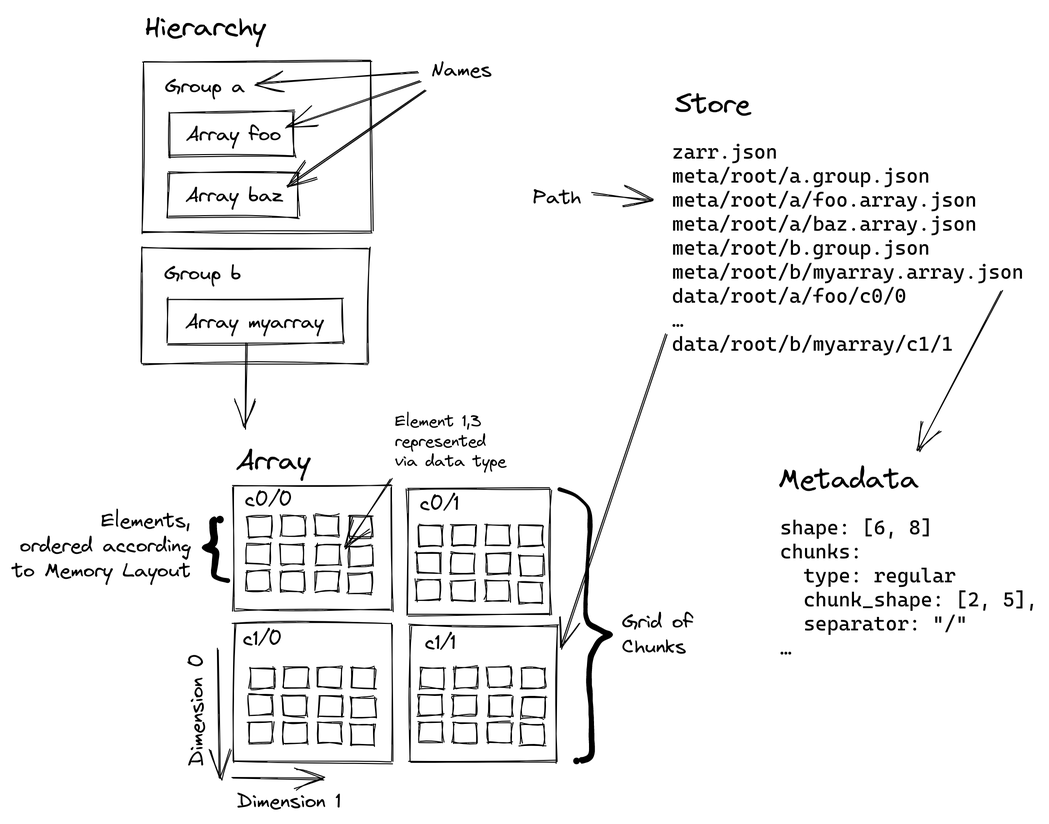
zarr-developers/zarr-specs keeps this Excalidraw diagram as docs/core/terminology-hierarchy.excalidraw.png. Above is the earlier version. Source tidied: one line per element, renumbered; positions are measured from the earlier drawing's top-left corner, leaving out a move shared by most shapes.
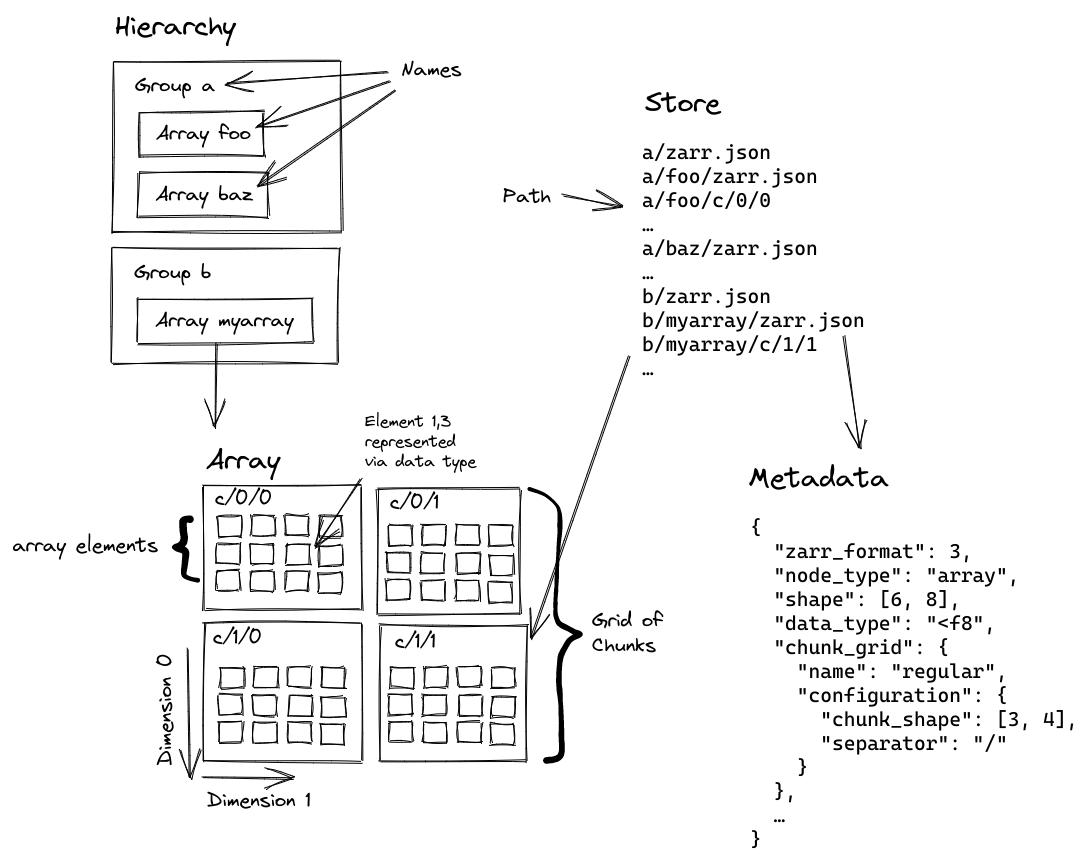
After the change.

What changed in the source:
```diff
@@ -1,4 +1,4 @@
-{"id": 0, "type": "text", "text": "Hierarchy", "strokeColor": "#000000", "strokeWidth": 1, "roughness": 1, "fontSize": 28, "fontFamily": 1, "x": 135, "y": 0, "width": 123, "height": 36}
+{"id": 0, "type": "text", "text": "Hierarchy", "strokeColor": "#000000", "strokeWidth": 1, "roughness": 1, "fontSize": 28, "fontFamily": 1, "x": 135, "y": 0, "width": 123, "height": 35}
 {"id": 1, "type": "rectangle", "strokeColor": "#000000", "strokeWidth": 1, "roughness": 1, "x": 133, "y": 52, "width": 229, "height": 170}
 {"id": 2, "type": "text", "text": "Group a", "strokeColor": "#000000", "strokeWidth": 1, "roughness": 1, "fontSize": 20, "fontFamily": 1, "x": 155, "y": 64, "width": 82, "height": 25}
 {"id": 3, "type": "rectangle", "strokeColor": "#000000", "strokeWidth": 1, "roughness": 1, "x": 158, "y": 102, "width": 125, "height": 45}
@@ -13,14 +13,14 @@
 {"id": 12, "type": "rectangle", "strokeColor": "#000000", "strokeWidth": 1, "roughness": 1, "x": 398, "y": 478, "width": 142, "height": 126}
 {"id": 13, "type": "rectangle", "strokeColor": "#000000", "strokeWidth": 1, "roughness": 1, "x": 224, "y": 612, "width": 158, "height": 139}
 {"id": 14, "type": "rectangle", "strokeColor": "#000000", "strokeWidth": 1, "roughness": 1, "x": 400, "y": 616, "width": 147, "height": 136}
-{"id": 15, "type": "text", "text": "Array", "strokeColor": "#000000", "strokeWidth": 1, "roughness": 1, "fontSize": 28, "fontFamily": 1, "x": 226, "y": 434, "width": 76, "height": 36}
+{"id": 15, "type": "text", "text": "Array", "strokeColor": "#000000", "strokeWidth": 1, "roughness": 1, "fontSize": 28, "fontFamily": 1, "x": 226, "y": 434, "width": 76, "height": 35}
-{"id": 16, "type": "arrow", "strokeColor": "#000000", "strokeWidth": 1, "roughness": 1, "endArrowhead": "arrow", "from": 10, "to": 15, "x": 237, "y": 334, "width": 3, "height": 84, "points": [[0, 0], [-3, 84]]}
+{"id": 16, "type": "arrow", "strokeColor": "#000000", "strokeWidth": 1, "roughness": 1, "endArrowhead": "arrow", "round": true, "from": 10, "to": 15, "x": 237, "y": 334, "width": 3, "height": 84, "points": [[0, 0], [-3, 84]]}
-{"id": 17, "type": "freedraw", "strokeColor": "#000000", "strokeWidth": 1, "roughness": 1, "x": 550, "y": 479, "width": 52, "height": 272, "points": [[0, 0], [27, 15], [30, 28], [30, 46], [28, 74], [27, 92], [26, 114], [26, 128], [32, 136], [42, 142], [50, 145], [45, 148], [36, 158], [32, 165], [30, 180], [30, 191], [30, 202], [32, 222], [32, 238], [32, 246], [32, 257], [31, 267], [24, 271], [19, 271], [17, 272]]}
+{"id": 17, "type": "freedraw", "strokeColor": "#000000", "strokeWidth": 1, "roughness": 1, "round": true, "x": 550, "y": 479, "width": 52, "height": 272, "points": [[0, 0], [27, 15], [30, 28], [30, 46], [28, 74], [27, 92], [26, 114], [26, 128], [32, 136], [42, 142], [50, 145], [45, 148], [36, 158], [32, 165], [30, 180], [30, 191], [30, 202], [32, 222], [32, 238], [32, 246], [32, 257], [31, 267], [24, 271], [19, 271], [17, 272]]}
 {"id": 18, "type": "text", "text": "Grid of\nChunks", "strokeColor": "#000000", "strokeWidth": 1, "roughness": 1, "fontSize": 20, "fontFamily": 1, "x": 612, "y": 599, "width": 72, "height": 50}
-{"id": 19, "type": "text", "text": "c0/0", "strokeColor": "#000000", "strokeWidth": 1, "roughness": 1, "fontSize": 20, "fontFamily": 1, "x": 235, "y": 477, "width": 50, "height": 25}
+{"id": 19, "type": "text", "text": "c/0/0", "strokeColor": "#000000", "strokeWidth": 1, "roughness": 1, "fontSize": 20, "fontFamily": 1, "x": 235, "y": 477, "width": 60, "height": 25}
-{"id": 20, "type": "text", "text": "c0/1", "strokeColor": "#000000", "strokeWidth": 1, "roughness": 1, "fontSize": 20, "fontFamily": 1, "x": 410, "y": 481, "width": 41, "height": 25}
+{"id": 20, "type": "text", "text": "c/0/1", "strokeColor": "#000000", "strokeWidth": 1, "roughness": 1, "fontSize": 20, "fontFamily": 1, "x": 410, "y": 481, "width": 51, "height": 25}
-{"id": 21, "type": "text", "text": "c1/0", "strokeColor": "#000000", "strokeWidth": 1, "roughness": 1, "fontSize": 20, "fontFamily": 1, "x": 233, "y": 616, "width": 41, "height": 25}
+{"id": 21, "type": "text", "text": "c/1/0", "strokeColor": "#000000", "strokeWidth": 1, "roughness": 1, "fontSize": 20, "fontFamily": 1, "x": 233, "y": 616, "width": 51, "height": 25}
-{"id": 22, "type": "text", "text": "c1/1", "strokeColor": "#000000", "strokeWidth": 1, "roughness": 1, "fontSize": 20, "fontFamily": 1, "x": 415, "y": 620, "width": 33, "height": 25}
+{"id": 22, "type": "text", "text": "c/1/1", "strokeColor": "#000000", "strokeWidth": 1, "roughness": 1, "fontSize": 20, "fontFamily": 1, "x": 415, "y": 620, "width": 43, "height": 25}
 {"id": 23, "type": "rectangle", "strokeColor": "#000000", "strokeWidth": 1, "roughness": 1, "x": 238, "y": 506, "width": 24, "height": 20}
 {"id": 24, "type": "rectangle", "strokeColor": "#000000", "strokeWidth": 1, "roughness": 1, "x": 236, "y": 534, "width": 24, "height": 20}
 {"id": 25, "type": "rectangle", "strokeColor": "#000000", "strokeWidth": 1, "roughness": 1, "x": 236, "y": 560, "width": 24, "height": 20}
@@ -69,23 +69,23 @@
 {"id": 68, "type": "rectangle", "strokeColor": "#000000", "strokeWidth": 1, "roughness": 1, "x": 341, "y": 658, "width": 24, "height": 20}
 {"id": 69, "type": "rectangle", "strokeColor": "#000000", "strokeWidth": 1, "roughness": 1, "x": 342, "y": 687, "width": 24, "height": 20}
 {"id": 70, "type": "rectangle", "strokeColor": "#000000", "strokeWidth": 1, "roughness": 1, "x": 341, "y": 714, "width": 24, "height": 20}
-{"id": 71, "type": "text", "text": "Metadata", "strokeColor": "#000000", "strokeWidth": 1, "roughness": 1, "fontSize": 28, "fontFamily": 1, "x": 768, "y": 452, "width": 142, "height": 36}
+{"id": 71, "type": "text", "text": "Metadata", "strokeColor": "#000000", "strokeWidth": 1, "roughness": 1, "fontSize": 28, "fontFamily": 1, "x": 768, "y": 452, "width": 142, "height": 35}
-{"id": 72, "type": "text", "text": "shape: [6, 8]\nchunks:\n  type: regular\n  chunk_shape: [2, 5],\n  separator: \"/\"\n…", "strokeColor": "#000000", "strokeWidth": 1, "roughness": 1, "fontSize": 20, "fontFamily": 3, "x": 770, "y": 505, "width": 259, "height": 144}
+{"id": 72, "type": "text", "text": "{\n  \"zarr_format\": 3,\n  \"node_type\": \"array\",\n  \"shape\": [6, 8],\n  \"data_type\": \"<f8\",\n  \"chunk_grid\": {\n    \"name\": \"regular\",\n    \"configuration\": {\n      \"chunk_shape\": [3, 4],\n      \"separator\": \"/\"\n    }\n  },\n  …\n}", "strokeColor": "#000000", "strokeWidth": 1, "roughness": 1, "fontSize": 20, "fontFamily": 3, "x": 770, "y": 505, "width": 329, "height": 336}
 {"id": 73, "type": "text", "text": "Element 1,3\nrepresented\nvia data type", "strokeColor": "#000000", "strokeWidth": 1, "roughness": 1, "fontSize": 16, "fontFamily": 1, "x": 385, "y": 402, "width": 113, "height": 60}
-{"id": 74, "type": "arrow", "strokeColor": "#000000", "strokeWidth": 1, "roughness": 1, "endArrowhead": "arrow", "from": 73, "to": 33, "x": 381, "y": 468, "width": 46, "height": 69, "points": [[0, 0], [-46, 69]]}
+{"id": 74, "type": "arrow", "strokeColor": "#000000", "strokeWidth": 1, "roughness": 1, "endArrowhead": "arrow", "round": true, "from": 73, "to": 33, "x": 381, "y": 468, "width": 46, "height": 69, "points": [[0, 0], [-46, 69]]}
-{"id": 75, "type": "arrow", "strokeColor": "#000000", "strokeWidth": 1, "roughness": 1, "endArrowhead": "arrow", "from": 76, "x": 223, "y": 767, "width": 90, "height": 2, "points": [[0, 0], [90, 2]]}
+{"id": 75, "type": "arrow", "strokeColor": "#000000", "strokeWidth": 1, "roughness": 1, "endArrowhead": "arrow", "round": true, "from": 76, "x": 223, "y": 767, "width": 90, "height": 2, "points": [[0, 0], [90, 2]]}
 {"id": 76, "type": "text", "text": "Dimension 1", "strokeColor": "#000000", "strokeWidth": 1, "roughness": 1, "fontSize": 20, "fontFamily": 1, "x": 227, "y": 778, "width": 106, "height": 25}
-{"id": 77, "type": "arrow", "strokeColor": "#000000", "strokeWidth": 1, "roughness": 1, "startArrowhead": "arrow", "from": 78, "to": 78, "x": 210, "y": 767, "width": 2, "height": 128, "points": [[0, 0], [-2, -128]]}
+{"id": 77, "type": "arrow", "strokeColor": "#000000", "strokeWidth": 1, "roughness": 1, "startArrowhead": "arrow", "round": true, "from": 78, "to": 78, "x": 210, "y": 767, "width": 2, "height": 128, "points": [[0, 0], [-2, -128]]}
 {"id": 78, "type": "text", "text": "Dimension 0", "strokeColor": "#000000", "angle": 4.71, "strokeWidth": 1, "roughness": 1, "fontSize": 20, "fontFamily": 1, "x": 130, "y": 686, "width": 114, "height": 25}
-{"id": 79, "type": "arrow", "strokeColor": "#000000", "strokeWidth": 1, "roughness": 1, "endArrowhead": "arrow", "from": 80, "to": 2, "x": 408, "y": 63, "width": 160, "height": 10, "points": [[0, 0], [-160, 10]]}
+{"id": 79, "type": "arrow", "strokeColor": "#000000", "strokeWidth": 1, "roughness": 1, "endArrowhead": "arrow", "round": true, "from": 80, "to": 2, "x": 408, "y": 63, "width": 160, "height": 10, "points": [[0, 0], [-160, 10]]}
 {"id": 80, "type": "text", "text": "Names", "strokeColor": "#000000", "strokeWidth": 1, "roughness": 1, "fontSize": 20, "fontFamily": 1, "x": 421, "y": 48, "width": 63, "height": 25}
-{"id": 81, "type": "arrow", "strokeColor": "#000000", "strokeWidth": 1, "roughness": 1, "endArrowhead": "arrow", "from": 80, "to": 4, "x": 411, "y": 71, "width": 134, "height": 46, "points": [[0, 0], [-134, 46]]}
+{"id": 81, "type": "arrow", "strokeColor": "#000000", "strokeWidth": 1, "roughness": 1, "endArrowhead": "arrow", "round": true, "from": 80, "to": 4, "x": 411, "y": 71, "width": 134, "height": 46, "points": [[0, 0], [-134, 46]]}
-{"id": 82, "type": "arrow", "strokeColor": "#000000", "strokeWidth": 1, "roughness": 1, "endArrowhead": "arrow", "from": 80, "to": 6, "x": 415, "y": 80, "width": 138, "height": 96, "points": [[0, 0], [-138, 96]]}
+{"id": 82, "type": "arrow", "strokeColor": "#000000", "strokeWidth": 1, "roughness": 1, "endArrowhead": "arrow", "round": true, "from": 80, "to": 6, "x": 415, "y": 80, "width": 138, "height": 96, "points": [[0, 0], [-138, 96]]}
-{"id": 83, "type": "text", "text": "Store", "strokeColor": "#000000", "strokeWidth": 1, "roughness": 1, "fontSize": 28, "fontFamily": 1, "x": 665, "y": 77, "width": 78, "height": 36}
+{"id": 83, "type": "text", "text": "Store", "strokeColor": "#000000", "strokeWidth": 1, "roughness": 1, "fontSize": 28, "fontFamily": 1, "x": 665, "y": 77, "width": 78, "height": 35}
-{"id": 84, "type": "text", "text": "zarr.json\nmeta/root/a.group.json\nmeta/root/a/foo.array.json\nmeta/root/a/baz.array.json\nmeta/root/b.group.json\nmeta/root/b/myarray.array.json\ndata/root/a/foo/c0/0\n…\ndata/root/b/myarray/c1/1", "strokeColor": "#000000", "strokeWidth": 1, "roughness": 1, "fontSize": 20, "fontFamily": 3, "x": 662, "y": 130, "width": 353, "height": 216}
+{"id": 84, "type": "text", "text": "a/zarr.json\na/foo/zarr.json\na/foo/c/0/0\n…\na/baz/zarr.json\n…\nb/zarr.json\nb/myarray/zarr.json\nb/myarray/c/1/1\n…", "strokeColor": "#000000", "strokeWidth": 1, "roughness": 1, "fontSize": 20, "fontFamily": 3, "x": 662, "y": 130, "width": 224, "height": 240}
-{"id": 85, "type": "arrow", "strokeColor": "#000000", "strokeWidth": 1, "roughness": 1, "endArrowhead": "arrow", "from": 84, "to": 14, "x": 657, "y": 324, "width": 105, "height": 314, "points": [[0, 0], [-105, 314]]}
+{"id": 85, "type": "arrow", "strokeColor": "#000000", "strokeWidth": 1, "roughness": 1, "endArrowhead": "arrow", "round": true, "from": 84, "to": 14, "x": 650, "y": 346, "width": 98, "height": 284, "points": [[0, 0], [-98, 284]]}
-{"id": 86, "type": "arrow", "strokeColor": "#000000", "strokeWidth": 1, "roughness": 1, "endArrowhead": "arrow", "from": 87, "to": 84, "x": 582, "y": 183, "width": 60, "height": 7, "points": [[0, 0], [60, 7]]}
+{"id": 86, "type": "arrow", "strokeColor": "#000000", "strokeWidth": 1, "roughness": 1, "endArrowhead": "arrow", "round": true, "from": 87, "to": 84, "x": 582, "y": 185, "width": 60, "height": 12, "points": [[0, 0], [60, 12]]}
 {"id": 87, "type": "text", "text": "Path", "strokeColor": "#000000", "strokeWidth": 1, "roughness": 1, "fontSize": 20, "fontFamily": 1, "x": 523, "y": 175, "width": 50, "height": 25}
-{"id": 88, "type": "freedraw", "strokeColor": "#000000", "angle": 3.14, "strokeWidth": 1, "roughness": 1, "x": 194, "y": 509, "width": 24, "height": 61, "points": [[0, 0], [12, 3], [14, 6], [14, 10], [13, 17], [12, 21], [12, 26], [12, 29], [15, 31], [19, 32], [23, 33], [21, 33], [16, 35], [15, 37], [14, 40], [13, 43], [14, 45], [14, 50], [15, 53], [15, 55], [15, 58], [14, 60], [11, 61], [9, 61], [8, 61]]}
+{"id": 88, "type": "freedraw", "strokeColor": "#000000", "angle": 3.14, "strokeWidth": 1, "roughness": 1, "round": true, "x": 194, "y": 509, "width": 24, "height": 61, "points": [[0, 0], [12, 3], [14, 6], [14, 10], [13, 17], [12, 21], [12, 26], [12, 29], [15, 31], [19, 32], [23, 33], [21, 33], [16, 35], [15, 37], [14, 40], [13, 43], [14, 45], [14, 50], [15, 53], [15, 55], [15, 58], [14, 60], [11, 61], [9, 61], [8, 61]]}
-{"id": 89, "type": "text", "text": "Elements,\nordered according\nto Memory Layout", "strokeColor": "#000000", "strokeWidth": 1, "roughness": 1, "fontSize": 20, "fontFamily": 1, "textAlign": "right", "x": 0, "y": 498, "width": 181, "height": 75}
+{"id": 89, "type": "text", "text": "array elements", "strokeColor": "#000000", "strokeWidth": 1, "roughness": 1, "fontSize": 20, "fontFamily": 1, "textAlign": "right", "x": 30, "y": 524, "width": 148, "height": 25}
-{"id": 90, "type": "arrow", "strokeColor": "#000000", "strokeWidth": 1, "roughness": 1, "endArrowhead": "arrow", "to": 71, "x": 992, "y": 280, "width": 84, "height": 160, "points": [[0, 0], [-84, 160]]}
+{"id": 90, "type": "arrow", "strokeColor": "#000000", "strokeWidth": 1, "roughness": 1, "endArrowhead": "arrow", "round": true, "to": 71, "x": 864, "y": 326, "width": 16, "height": 113, "points": [[0, 0], [16, 113]]}
```
